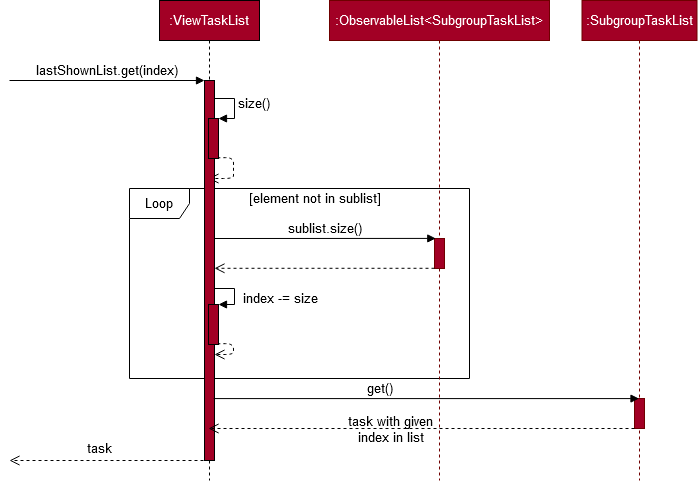
Above: docs/images/ViewTaskListGetSequenceDiagram.png in yapdianhao/main (draw.io), before the change. Source tidied: cells renumbered, new cells last; positions are measured from the earlier drawing's top-left corner, leaving out a move shared by most shapes. Its diagram source:
```xml
<mxGraphModel>
  <root>
    <mxCell id="0" />
    <mxCell id="1" parent="0" />
    <mxCell id="2" value="Loop" style="shape=umlFrame;whiteSpace=wrap;html=1;fontSize=13;fontColor=#000000;" parent="1" vertex="1">
      <mxGeometry x="120" y="188" width="340" height="190" as="geometry" />
    </mxCell>
    <mxCell id="3" value="index -= size" style="edgeStyle=orthogonalEdgeStyle;html=1;align=left;spacingLeft=2;endArrow=block;rounded=0;entryX=1;entryY=0;fillColor=#a20025;fontSize=13;strokeColor=#000000;" parent="1" edge="1" target="17">
      <mxGeometry x="0.28" y="5" relative="1" as="geometry">
        <mxPoint x="200" y="284" as="sourcePoint" />
        <Array as="points">
          <mxPoint x="200" y="288" />
          <mxPoint x="225" y="288" />
          <mxPoint x="225" y="304" />
        </Array>
      </mxGeometry>
    </mxCell>
    <mxCell id="4" style="html=1;verticalAlign=bottom;endArrow=open;dashed=1;endSize=8;fillColor=#a20025;exitX=0.883;exitY=0.983;exitDx=0;exitDy=0;exitPerimeter=0;fontSize=13;strokeColor=#000000;" parent="1" edge="1" source="17" target="11">
      <mxGeometry x="-0.3" y="-20" relative="1" as="geometry">
        <Array as="points">
          <mxPoint x="224" y="343" />
          <mxPoint x="224" y="354" />
        </Array>
        <mxPoint x="40" as="offset" />
      </mxGeometry>
    </mxCell>
    <mxCell id="5" value=":ViewTaskList" style="shape=umlLifeline;perimeter=lifelinePerimeter;whiteSpace=wrap;html=1;outlineConnect=0;shadow=0;fillColor=#a20025;fontSize=13;strokeColor=#000000;fontColor=#ffffff;" parent="1" vertex="1">
      <mxGeometry x="150" width="100" height="480" as="geometry" />
    </mxCell>
    <mxCell id="6" value="lastShownList.get(index)" style="html=1;verticalAlign=bottom;endArrow=block;fillColor=#4D9900;fontSize=13;" parent="1" edge="1">
      <mxGeometry relative="1" as="geometry">
        <mxPoint y="80" as="sourcePoint" />
        <mxPoint x="195" y="80" as="targetPoint" />
      </mxGeometry>
    </mxCell>
    <mxCell id="7" value="size()" style="edgeStyle=orthogonalEdgeStyle;html=1;align=left;spacingLeft=2;endArrow=block;rounded=0;entryX=1;entryY=0;fillColor=#a20025;fontSize=13;strokeColor=#000000;" parent="1" edge="1" target="12">
      <mxGeometry relative="1" as="geometry">
        <mxPoint x="200" y="98" as="sourcePoint" />
        <Array as="points">
          <mxPoint x="225" y="98" />
          <mxPoint x="225" y="118" />
        </Array>
      </mxGeometry>
    </mxCell>
    <mxCell id="8" style="html=1;verticalAlign=bottom;endArrow=open;dashed=1;endSize=8;fillColor=#a20025;exitX=0.883;exitY=0.983;exitDx=0;exitDy=0;exitPerimeter=0;fontSize=13;strokeColor=#000000;" parent="1" edge="1" source="12">
      <mxGeometry x="-0.3" y="-20" relative="1" as="geometry">
        <mxPoint x="199" y="178" as="targetPoint" />
        <Array as="points">
          <mxPoint x="224" y="157" />
          <mxPoint x="224" y="168" />
          <mxPoint x="224" y="178" />
          <mxPoint x="224" y="178" />
        </Array>
        <mxPoint x="40" as="offset" />
      </mxGeometry>
    </mxCell>
    <mxCell id="9" value=":ObservableList&amp;lt;SubgroupTaskList&amp;gt;" style="shape=umlLifeline;perimeter=lifelinePerimeter;whiteSpace=wrap;html=1;shadow=0;fillColor=#a20025;fontSize=13;fontColor=#ffffff;strokeColor=#6F0000;" parent="1" vertex="1">
      <mxGeometry x="320" width="220" height="480" as="geometry" />
    </mxCell>
    <mxCell id="10" value="task" style="html=1;verticalAlign=bottom;endArrow=open;dashed=1;endSize=8;fillColor=#4D9900;fontSize=13;" parent="1" edge="1">
      <mxGeometry x="0.1" y="-2" relative="1" as="geometry">
        <mxPoint x="200" y="460" as="sourcePoint" />
        <mxPoint y="460" as="targetPoint" />
      </mxGeometry>
    </mxCell>
    <mxCell id="11" style="html=1;points=[];perimeter=orthogonalPerimeter;shadow=0;fillColor=#a20025;fontSize=13;strokeColor=#000000;fontColor=#ffffff;" parent="1" vertex="1">
      <mxGeometry x="195" y="80" width="10" height="380" as="geometry" />
    </mxCell>
    <mxCell id="12" style="html=1;points=[];perimeter=orthogonalPerimeter;shadow=0;fillColor=#a20025;fontSize=13;strokeColor=#000000;fontColor=#ffffff;" parent="1" vertex="1">
      <mxGeometry x="199" y="118" width="10" height="40" as="geometry" />
    </mxCell>
    <mxCell id="13" style="html=1;points=[];perimeter=orthogonalPerimeter;shadow=0;fillColor=#a20025;fontSize=13;strokeColor=#6F0000;fontColor=#ffffff;" parent="1" vertex="1">
      <mxGeometry x="425" y="238" width="10" height="30" as="geometry" />
    </mxCell>
    <mxCell id="14" style="html=1;verticalAlign=bottom;endArrow=open;dashed=1;endSize=8;fillColor=#4D9900;fontSize=13;exitX=0;exitY=0.993;exitDx=0;exitDy=0;exitPerimeter=0;" parent="1" edge="1" source="13" target="11">
      <mxGeometry relative="1" as="geometry" />
    </mxCell>
    <mxCell id="15" value="[element not in sublist]" style="text;html=1;align=center;verticalAlign=middle;fontSize=13;fontColor=#000000;" parent="1" vertex="1">
      <mxGeometry x="230" y="188" width="150" height="20" as="geometry" />
    </mxCell>
    <mxCell id="16" value="sublist.size()" style="html=1;verticalAlign=bottom;endArrow=block;fillColor=#4D9900;fontSize=13;entryX=0.129;entryY=-0.003;entryDx=0;entryDy=0;entryPerimeter=0;" parent="1" edge="1" target="13">
      <mxGeometry relative="1" as="geometry">
        <mxPoint x="205.5" y="238" as="sourcePoint" />
      </mxGeometry>
    </mxCell>
    <mxCell id="17" style="html=1;points=[];perimeter=orthogonalPerimeter;shadow=0;fillColor=#a20025;fontSize=13;strokeColor=#000000;fontColor=#ffffff;" parent="1" vertex="1">
      <mxGeometry x="199" y="304" width="10" height="40" as="geometry" />
    </mxCell>
    <mxCell id="18" value=":SubgroupTaskList" style="shape=umlLifeline;perimeter=lifelinePerimeter;whiteSpace=wrap;html=1;outlineConnect=0;shadow=0;fillColor=#a20025;fontSize=13;fontColor=#ffffff;strokeColor=#6F0000;" parent="1" vertex="1">
      <mxGeometry x="572.5" width="115" height="480" as="geometry" />
    </mxCell>
    <mxCell id="19" style="html=1;points=[];perimeter=orthogonalPerimeter;shadow=0;fillColor=#a20025;fontSize=13;strokeColor=#6F0000;fontColor=#ffffff;" parent="18" vertex="1">
      <mxGeometry x="52.5" y="398" width="10" height="30" as="geometry" />
    </mxCell>
    <mxCell id="20" value="get()" style="html=1;verticalAlign=bottom;endArrow=block;fillColor=#4D9900;fontSize=13;" parent="1" edge="1" target="18">
      <mxGeometry x="-0.22" relative="1" as="geometry">
        <mxPoint x="204.2" y="398.1" as="sourcePoint" />
      </mxGeometry>
    </mxCell>
    <mxCell id="21" style="html=1;verticalAlign=bottom;endArrow=open;dashed=1;endSize=8;fillColor=#4D9900;fontSize=13;" parent="1" edge="1" target="5">
      <mxGeometry relative="1" as="geometry">
        <mxPoint x="625" y="428" as="sourcePoint" />
      </mxGeometry>
    </mxCell>
    <mxCell id="22" value="&lt;div&gt;task with given &lt;br&gt;&lt;/div&gt;&lt;div&gt;index in list&lt;/div&gt;" style="text;html=1;align=center;verticalAlign=middle;fontSize=13;fontColor=#000000;" parent="21" vertex="1">
      <mxGeometry x="-0.58" y="1" relative="1" as="geometry">
        <mxPoint x="-156.4" y="-1" as="offset" />
      </mxGeometry>
    </mxCell>
  </root>
</mxGraphModel>
```
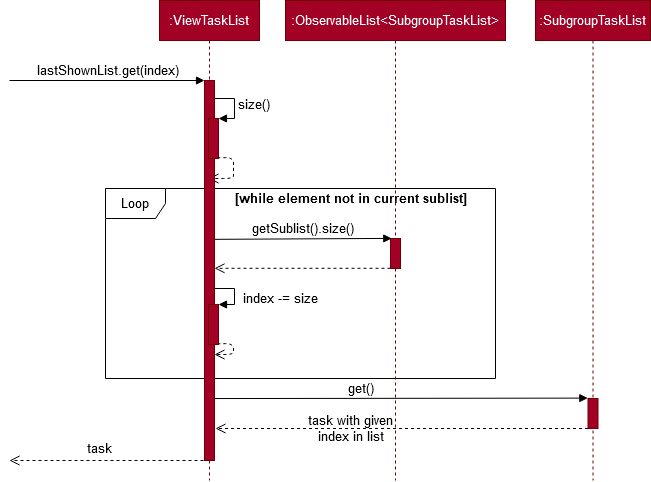
Above is the later version.

Commit message:
Bug fix in TaskDueWithinDayPredicate Updates to some diagrams

Change to the diagram source:
```diff
@@ -3,109 +3,108 @@
     <mxCell id="0" />
     <mxCell id="1" parent="0" />
     <mxCell id="2" value="Loop" style="shape=umlFrame;whiteSpace=wrap;html=1;fontSize=13;fontColor=#000000;" parent="1" vertex="1">
-      <mxGeometry x="120" y="188" width="340" height="190" as="geometry" />
+      <mxGeometry x="79" y="600" width="390" height="190" as="geometry" />
     </mxCell>
-    <mxCell id="3" value="index -= size" style="edgeStyle=orthogonalEdgeStyle;html=1;align=left;spacingLeft=2;endArrow=block;rounded=0;entryX=1;entryY=0;fillColor=#a20025;fontSize=13;strokeColor=#000000;" parent="1" edge="1" target="17">
+    <mxCell id="3" value="index -= size" style="edgeStyle=orthogonalEdgeStyle;html=1;align=left;spacingLeft=2;endArrow=block;rounded=0;entryX=1;entryY=0;fillColor=#4D9900;fontSize=13;" parent="1" edge="1" target="17">
       <mxGeometry x="0.28" y="5" relative="1" as="geometry">
-        <mxPoint x="200" y="284" as="sourcePoint" />
+        <mxPoint x="183" y="696" as="sourcePoint" />
         <Array as="points">
-          <mxPoint x="200" y="288" />
-          <mxPoint x="225" y="288" />
-          <mxPoint x="225" y="304" />
+          <mxPoint x="183" y="700" />
+          <mxPoint x="208" y="700" />
+          <mxPoint x="208" y="716" />
         </Array>
       </mxGeometry>
     </mxCell>
-    <mxCell id="4" style="html=1;verticalAlign=bottom;endArrow=open;dashed=1;endSize=8;fillColor=#a20025;exitX=0.883;exitY=0.983;exitDx=0;exitDy=0;exitPerimeter=0;fontSize=13;strokeColor=#000000;" parent="1" edge="1" source="17" target="11">
+    <mxCell id="4" style="html=1;verticalAlign=bottom;endArrow=open;dashed=1;endSize=8;fillColor=#4D9900;exitX=0.883;exitY=0.983;exitDx=0;exitDy=0;exitPerimeter=0;fontSize=13;" parent="1" edge="1" source="17" target="11">
       <mxGeometry x="-0.3" y="-20" relative="1" as="geometry">
         <Array as="points">
-          <mxPoint x="224" y="343" />
-          <mxPoint x="224" y="354" />
+          <mxPoint x="207" y="755" />
+          <mxPoint x="207" y="766" />
         </Array>
         <mxPoint x="40" as="offset" />
       </mxGeometry>
     </mxCell>
-    <mxCell id="5" value=":ViewTaskList" style="shape=umlLifeline;perimeter=lifelinePerimeter;whiteSpace=wrap;html=1;outlineConnect=0;shadow=0;fillColor=#a20025;fontSize=13;strokeColor=#000000;fontColor=#ffffff;" parent="1" vertex="1">
-      <mxGeometry x="150" width="100" height="480" as="geometry" />
+    <mxCell id="5" value=":ViewTaskList" style="shape=umlLifeline;perimeter=lifelinePerimeter;whiteSpace=wrap;html=1;outlineConnect=0;shadow=0;fillColor=#a20025;fontSize=13;fontColor=#ffffff;strokeColor=#6F0000;" parent="1" vertex="1">
+      <mxGeometry x="133" y="412" width="100" height="480" as="geometry" />
     </mxCell>
     <mxCell id="6" value="lastShownList.get(index)" style="html=1;verticalAlign=bottom;endArrow=block;fillColor=#4D9900;fontSize=13;" parent="1" edge="1">
       <mxGeometry relative="1" as="geometry">
-        <mxPoint y="80" as="sourcePoint" />
-        <mxPoint x="195" y="80" as="targetPoint" />
+        <mxPoint x="-17" y="492" as="sourcePoint" />
+        <mxPoint x="178" y="492" as="targetPoint" />
       </mxGeometry>
     </mxCell>
-    <mxCell id="7" value="size()" style="edgeStyle=orthogonalEdgeStyle;html=1;align=left;spacingLeft=2;endArrow=block;rounded=0;entryX=1;entryY=0;fillColor=#a20025;fontSize=13;strokeColor=#000000;" parent="1" edge="1" target="12">
+    <mxCell id="7" value="size()" style="edgeStyle=orthogonalEdgeStyle;html=1;align=left;spacingLeft=2;endArrow=block;rounded=0;entryX=1;entryY=0;fillColor=#4D9900;fontSize=13;" parent="1" edge="1" target="12">
       <mxGeometry relative="1" as="geometry">
-        <mxPoint x="200" y="98" as="sourcePoint" />
+        <mxPoint x="183" y="510" as="sourcePoint" />
         <Array as="points">
-          <mxPoint x="225" y="98" />
-          <mxPoint x="225" y="118" />
+          <mxPoint x="208" y="510" />
+          <mxPoint x="208" y="530" />
         </Array>
       </mxGeometry>
     </mxCell>
-    <mxCell id="8" style="html=1;verticalAlign=bottom;endArrow=open;dashed=1;endSize=8;fillColor=#a20025;exitX=0.883;exitY=0.983;exitDx=0;exitDy=0;exitPerimeter=0;fontSize=13;strokeColor=#000000;" parent="1" edge="1" source="12">
+    <mxCell id="8" style="html=1;verticalAlign=bottom;endArrow=open;dashed=1;endSize=8;fillColor=#4D9900;exitX=0.883;exitY=0.983;exitDx=0;exitDy=0;exitPerimeter=0;fontSize=13;" parent="1" edge="1" source="12">
       <mxGeometry x="-0.3" y="-20" relative="1" as="geometry">
-        <mxPoint x="199" y="178" as="targetPoint" />
+        <mxPoint x="182" y="590" as="targetPoint" />
         <Array as="points">
-          <mxPoint x="224" y="157" />
-          <mxPoint x="224" y="168" />
-          <mxPoint x="224" y="178" />
-          <mxPoint x="224" y="178" />
+          <mxPoint x="207" y="569" />
+          <mxPoint x="207" y="580" />
+          <mxPoint x="207" y="590" />
+          <mxPoint x="207" y="590" />
         </Array>
         <mxPoint x="40" as="offset" />
       </mxGeometry>
     </mxCell>
     <mxCell id="9" value=":ObservableList&amp;lt;SubgroupTaskList&amp;gt;" style="shape=umlLifeline;perimeter=lifelinePerimeter;whiteSpace=wrap;html=1;shadow=0;fillColor=#a20025;fontSize=13;fontColor=#ffffff;strokeColor=#6F0000;" parent="1" vertex="1">
-      <mxGeometry x="320" width="220" height="480" as="geometry" />
+      <mxGeometry x="259" y="412" width="220" height="480" as="geometry" />
     </mxCell>
     <mxCell id="10" value="task" style="html=1;verticalAlign=bottom;endArrow=open;dashed=1;endSize=8;fillColor=#4D9900;fontSize=13;" parent="1" edge="1">
       <mxGeometry x="0.1" y="-2" relative="1" as="geometry">
-        <mxPoint x="200" y="460" as="sourcePoint" />
-        <mxPoint y="460" as="targetPoint" />
+        <mxPoint x="183" y="872" as="sourcePoint" />
+        <mxPoint x="-17" y="872" as="targetPoint" />
       </mxGeometry>
     </mxCell>
-    <mxCell id="11" style="html=1;points=[];perimeter=orthogonalPerimeter;shadow=0;fillColor=#a20025;fontSize=13;strokeColor=#000000;fontColor=#ffffff;" parent="1" vertex="1">
-      <mxGeometry x="195" y="80" width="10" height="380" as="geometry" />
-    </mxCell>
-    <mxCell id="12" style="html=1;points=[];perimeter=orthogonalPerimeter;shadow=0;fillColor=#a20025;fontSize=13;strokeColor=#000000;fontColor=#ffffff;" parent="1" vertex="1">
-      <mxGeometry x="199" y="118" width="10" height="40" as="geometry" />
-    </mxCell>
-    <mxCell id="13" style="html=1;points=[];perimeter=orthogonalPerimeter;shadow=0;fillColor=#a20025;fontSize=13;strokeColor=#6F0000;fontColor=#ffffff;" parent="1" vertex="1">
-      <mxGeometry x="425" y="238" width="10" height="30" as="geometry" />
+    <mxCell id="13" style="html=1;points=[];perimeter=orthogonalPerimeter;shadow=0;fillColor=#6666FF;fontSize=13;" parent="1" vertex="1">
+      <mxGeometry x="364" y="650" width="10" height="30" as="geometry" />
     </mxCell>
     <mxCell id="14" style="html=1;verticalAlign=bottom;endArrow=open;dashed=1;endSize=8;fillColor=#4D9900;fontSize=13;exitX=0;exitY=0.993;exitDx=0;exitDy=0;exitPerimeter=0;" parent="1" edge="1" source="13" target="11">
       <mxGeometry relative="1" as="geometry" />
     </mxCell>
-    <mxCell id="15" value="[element not in sublist]" style="text;html=1;align=center;verticalAlign=middle;fontSize=13;fontColor=#000000;" parent="1" vertex="1">
-      <mxGeometry x="230" y="188" width="150" height="20" as="geometry" />
+    <mxCell id="15" value="[while element not in current sublist]" style="text;html=1;align=center;verticalAlign=middle;fontSize=13;fontColor=#000000;fontStyle=1;" parent="1" vertex="1">
+      <mxGeometry x="199" y="600" width="250" height="20" as="geometry" />
     </mxCell>
-    <mxCell id="16" value="sublist.size()" style="html=1;verticalAlign=bottom;endArrow=block;fillColor=#4D9900;fontSize=13;entryX=0.129;entryY=-0.003;entryDx=0;entryDy=0;entryPerimeter=0;" parent="1" edge="1" target="13">
-      <mxGeometry relative="1" as="geometry">
-        <mxPoint x="205.5" y="238" as="sourcePoint" />
-      </mxGeometry>
-    </mxCell>
-    <mxCell id="17" style="html=1;points=[];perimeter=orthogonalPerimeter;shadow=0;fillColor=#a20025;fontSize=13;strokeColor=#000000;fontColor=#ffffff;" parent="1" vertex="1">
-      <mxGeometry x="199" y="304" width="10" height="40" as="geometry" />
-    </mxCell>
     <mxCell id="18" value=":SubgroupTaskList" style="shape=umlLifeline;perimeter=lifelinePerimeter;whiteSpace=wrap;html=1;outlineConnect=0;shadow=0;fillColor=#a20025;fontSize=13;fontColor=#ffffff;strokeColor=#6F0000;" parent="1" vertex="1">
-      <mxGeometry x="572.5" width="115" height="480" as="geometry" />
+      <mxGeometry x="509" y="412" width="115" height="480" as="geometry" />
     </mxCell>
     <mxCell id="19" style="html=1;points=[];perimeter=orthogonalPerimeter;shadow=0;fillColor=#a20025;fontSize=13;strokeColor=#6F0000;fontColor=#ffffff;" parent="18" vertex="1">
       <mxGeometry x="52.5" y="398" width="10" height="30" as="geometry" />
     </mxCell>
-    <mxCell id="20" value="get()" style="html=1;verticalAlign=bottom;endArrow=block;fillColor=#4D9900;fontSize=13;" parent="1" edge="1" target="18">
-      <mxGeometry x="-0.22" relative="1" as="geometry">
-        <mxPoint x="204.2" y="398.1" as="sourcePoint" />
-      </mxGeometry>
+    <mxCell id="20" value="get()" style="html=1;verticalAlign=bottom;endArrow=block;fillColor=#4D9900;fontSize=13;entryX=-0.019;entryY=-0.013;entryDx=0;entryDy=0;entryPerimeter=0;exitX=1;exitY=0.837;exitDx=0;exitDy=0;exitPerimeter=0;" parent="1" edge="1" source="11" target="19">
+      <mxGeometry x="-0.22" relative="1" as="geometry" />
     </mxCell>
-    <mxCell id="21" style="html=1;verticalAlign=bottom;endArrow=open;dashed=1;endSize=8;fillColor=#4D9900;fontSize=13;" parent="1" edge="1" target="5">
+    <mxCell id="21" style="html=1;verticalAlign=bottom;endArrow=open;dashed=1;endSize=8;fillColor=#4D9900;fontSize=13;" parent="1" edge="1" source="19">
       <mxGeometry relative="1" as="geometry">
-        <mxPoint x="625" y="428" as="sourcePoint" />
+        <mxPoint x="189" y="840" as="targetPoint" />
       </mxGeometry>
     </mxCell>
     <mxCell id="22" value="&lt;div&gt;task with given &lt;br&gt;&lt;/div&gt;&lt;div&gt;index in list&lt;/div&gt;" style="text;html=1;align=center;verticalAlign=middle;fontSize=13;fontColor=#000000;" parent="21" vertex="1">
       <mxGeometry x="-0.58" y="1" relative="1" as="geometry">
-        <mxPoint x="-156.4" y="-1" as="offset" />
+        <mxPoint x="-160" y="-1" as="offset" />
       </mxGeometry>
     </mxCell>
+    <mxCell id="23" style="html=1;perimeter=orthogonalPerimeter;shadow=0;fillColor=#a20025;fontSize=13;strokeColor=#6F0000;fontColor=#ffffff;" parent="1" vertex="1">
+      <mxGeometry x="364" y="650" width="10" height="30" as="geometry" />
+    </mxCell>
+    <mxCell id="16" value="getSublist().size()" style="html=1;verticalAlign=bottom;endArrow=block;fillColor=#4D9900;fontSize=13;entryX=0.129;entryY=-0.003;entryDx=0;entryDy=0;entryPerimeter=0;exitX=1.006;exitY=0.418;exitDx=0;exitDy=0;exitPerimeter=0;" parent="1" edge="1" source="11" target="13">
+      <mxGeometry relative="1" as="geometry" />
+    </mxCell>
+    <mxCell id="11" style="html=1;points=[];perimeter=orthogonalPerimeter;shadow=0;fillColor=#a20025;fontSize=13;strokeColor=#6F0000;fontColor=#ffffff;" parent="1" vertex="1">
+      <mxGeometry x="178" y="492" width="10" height="380" as="geometry" />
+    </mxCell>
+    <mxCell id="12" style="html=1;points=[];perimeter=orthogonalPerimeter;shadow=0;fillColor=#a20025;fontSize=13;strokeColor=#6F0000;fontColor=#ffffff;" parent="1" vertex="1">
+      <mxGeometry x="182" y="530" width="10" height="40" as="geometry" />
+    </mxCell>
+    <mxCell id="17" style="html=1;points=[];perimeter=orthogonalPerimeter;shadow=0;fillColor=#a20025;fontSize=13;strokeColor=#6F0000;fontColor=#ffffff;" parent="1" vertex="1">
+      <mxGeometry x="182" y="716" width="10" height="40" as="geometry" />
+    </mxCell>
   </root>
 </mxGraphModel>
```
